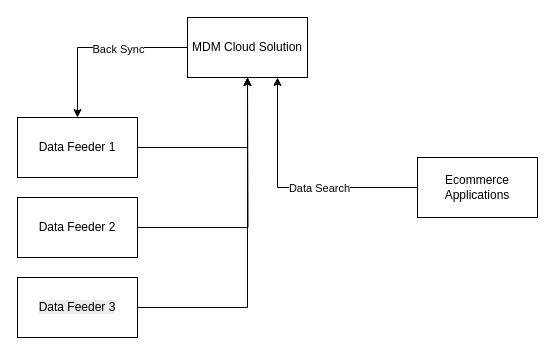
Above: assets/images/Untitled Diagram.drawio in devsenweb/devsenweb.github.io (draw.io), before the change. Source tidied: cells renumbered, new cells numbered last; positions are measured from the earlier drawing's top-left corner, leaving out a move shared by most shapes. Both pictures are drawn from the tidied source at 100%, with x=0, y=0 at pixel (17, 17).
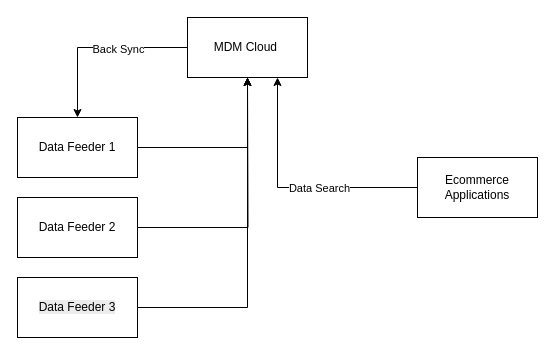
The same diagram, later.

Diff of the diagram source:
```diff
@@
 <mxGraphModel>
   <root>
     <mxCell id="0" />
     <mxCell id="1" parent="0" />
     <mxCell id="2" style="edgeStyle=orthogonalEdgeStyle;rounded=0;jettySize=auto;html=1;entryX=0.5;entryY=0;entryDx=0;entryDy=0;" parent="1" edge="1" source="4" target="6">
       <mxGeometry relative="1" as="geometry" />
     </mxCell>
     <mxCell id="3" value="Back Sync" style="edgeLabel;html=1;align=center;verticalAlign=middle;" parent="2" vertex="1">
       <mxGeometry x="-0.22" y="1" relative="1" as="geometry" />
     </mxCell>
-    <mxCell id="4" value="MDM Cloud Solution" style="rounded=0;whiteSpace=wrap;html=1;" parent="1" vertex="1">
+    <mxCell id="4" value="MDM Cloud&amp;nbsp;" style="rounded=0;whiteSpace=wrap;html=1;" parent="1" vertex="1">
       <mxGeometry x="170" width="120" height="60" as="geometry" />
     </mxCell>
     <mxCell id="5" style="edgeStyle=orthogonalEdgeStyle;rounded=0;jettySize=auto;html=1;entryX=0.5;entryY=1;entryDx=0;entryDy=0;" parent="1" edge="1" source="6" target="4">
       <mxGeometry relative="1" as="geometry" />
     </mxCell>
     <mxCell id="6" value="Data Feeder 1" style="rounded=0;whiteSpace=wrap;html=1;" parent="1" vertex="1">
       <mxGeometry y="100" width="120" height="60" as="geometry" />
     </mxCell>
     <mxCell id="7" style="edgeStyle=orthogonalEdgeStyle;rounded=0;jettySize=auto;html=1;exitX=1;exitY=0.5;exitDx=0;exitDy=0;" parent="1" edge="1" source="8">
       <mxGeometry relative="1" as="geometry">
         <mxPoint x="230" y="60" as="targetPoint" />
       </mxGeometry>
     </mxCell>
     <mxCell id="8" value="Data Feeder 2" style="rounded=0;whiteSpace=wrap;html=1;" parent="1" vertex="1">
       <mxGeometry y="180" width="120" height="60" as="geometry" />
     </mxCell>
     <mxCell id="9" style="edgeStyle=orthogonalEdgeStyle;rounded=0;jettySize=auto;html=1;exitX=1;exitY=0.5;exitDx=0;exitDy=0;entryX=0.5;entryY=1;entryDx=0;entryDy=0;" parent="1" edge="1" source="10" target="4">
       <mxGeometry relative="1" as="geometry" />
     </mxCell>
     <mxCell id="10" value="&lt;br&gt;&lt;span style=&quot;color: rgb(0, 0, 0); font-family: Helvetica; font-size: 12px; font-style: normal; font-variant-ligatures: normal; font-variant-caps: normal; font-weight: 400; letter-spacing: normal; orphans: 2; text-align: center; text-indent: 0px; text-transform: none; widows: 2; word-spacing: 0px; -webkit-text-stroke-width: 0px; white-space: normal; background-color: rgb(236, 236, 236); text-decoration-thickness: initial; text-decoration-style: initial; text-decoration-color: initial; float: none; display: inline !important;&quot;&gt;Data Feeder 3&lt;/span&gt;&lt;div&gt;&lt;br/&gt;&lt;/div&gt;" style="rounded=0;whiteSpace=wrap;html=1;" parent="1" vertex="1">
       <mxGeometry y="260" width="120" height="60" as="geometry" />
     </mxCell>
     <mxCell id="11" style="edgeStyle=orthogonalEdgeStyle;rounded=0;jettySize=auto;html=1;entryX=0.75;entryY=1;entryDx=0;entryDy=0;" parent="1" edge="1" source="13" target="4">
       <mxGeometry relative="1" as="geometry" />
     </mxCell>
     <mxCell id="12" value="Data Search" style="edgeLabel;html=1;align=center;verticalAlign=middle;" parent="11" vertex="1">
       <mxGeometry x="-0.21" relative="1" as="geometry" />
     </mxCell>
     <mxCell id="13" value="Ecommerce Applications" style="rounded=0;whiteSpace=wrap;html=1;" parent="1" vertex="1">
       <mxGeometry x="400" y="140" width="120" height="60" as="geometry" />
     </mxCell>
   </root>
 </mxGraphModel>
```
